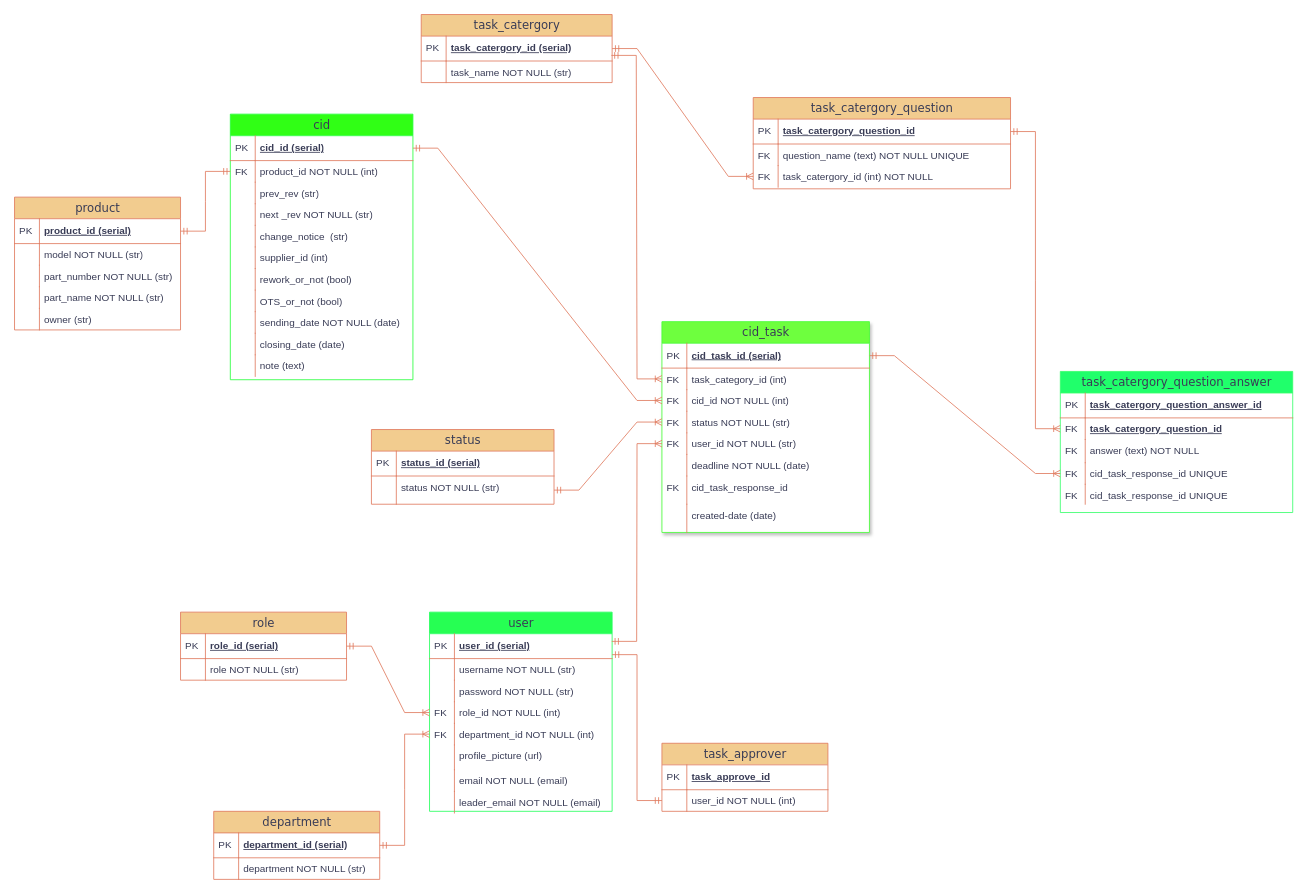
This is Untitled Diagram.drawio from HieuBuiCong/ResumeHieuBC, a draw.io file, before an edit. Source tidied: cells renumbered, new cells numbered last; positions are measured from the earlier drawing's top-left corner, leaving out a move shared by most shapes. Both pictures are drawn from the tidied source at 83%, with x=0, y=0 at pixel (14, -110).
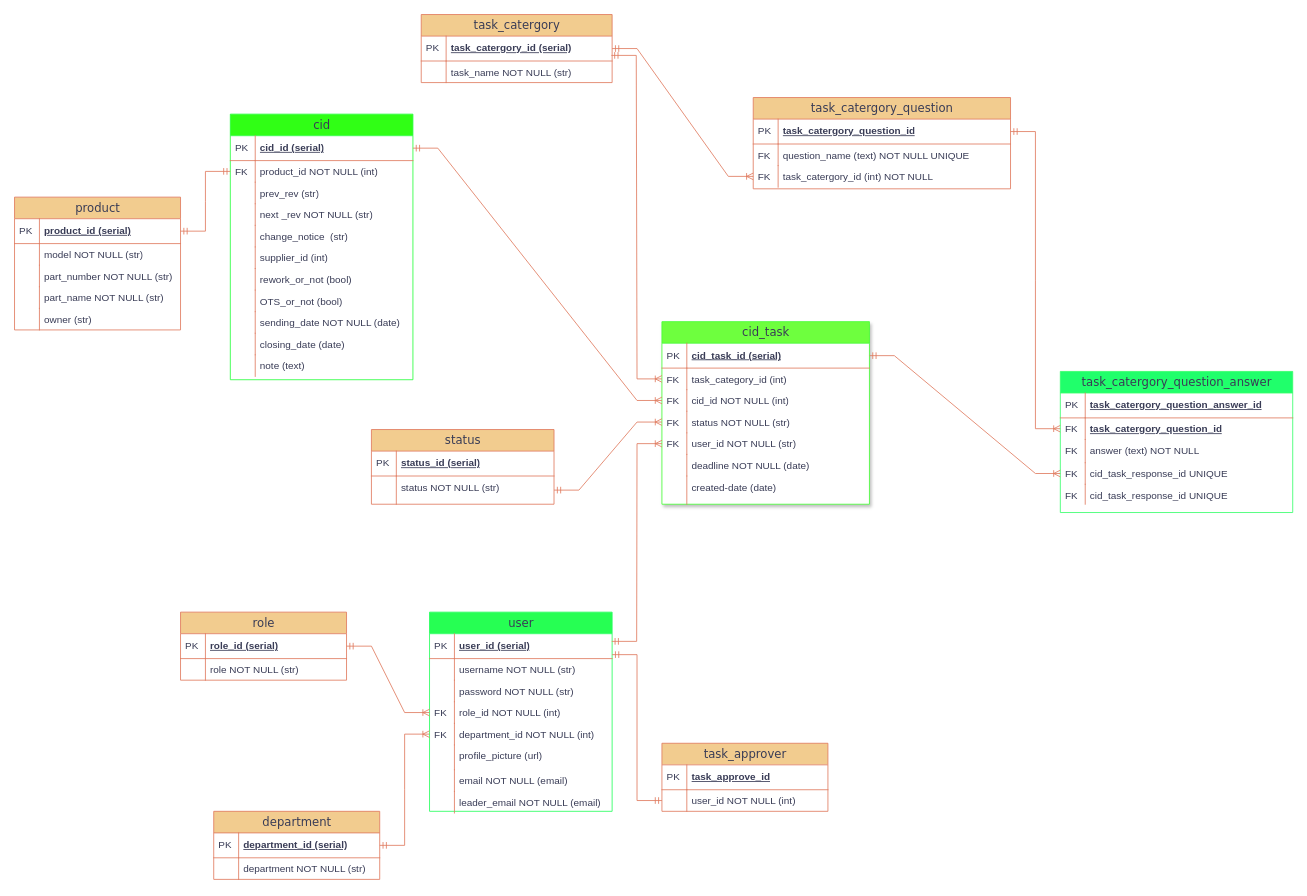
The same diagram, later.

Diff of the diagram source:
```diff
@@
     <mxCell id="66" value="cid_task" style="swimlane;html=1;fontStyle=0;horizontal=1;startSize=26;fillColor=#6EFF3E;swimlaneFillColor=#ffffff;align=center;rounded=0;shadow=1;comic=0;labelBackgroundColor=none;strokeWidth=1;fontFamily=Verdana;fontSize=14;strokeColor=#46FF34;fontColor=#393C56;" parent="1" vertex="1">
-      <mxGeometry x="780" y="520" width="250" height="254" as="geometry" />
+      <mxGeometry x="780" y="520" width="250" height="220" as="geometry" />
     </mxCell>
@@
-    <mxCell id="79" value="cid_task_response_id" style="shape=partialRectangle;top=0;left=0;right=0;bottom=0;html=1;align=left;verticalAlign=top;fillColor=none;spacingLeft=34;spacingRight=4;whiteSpace=wrap;overflow=hidden;labelBackgroundColor=none;strokeColor=#E07A5F;fontColor=#393C56;" parent="66" vertex="1">
-      <mxGeometry y="186" width="250" height="34" as="geometry" />
-    </mxCell>
-    <mxCell id="80" value="FK" style="shape=partialRectangle;top=0;left=0;bottom=0;html=1;fillColor=none;align=left;verticalAlign=top;spacingLeft=4;spacingRight=4;whiteSpace=wrap;overflow=hidden;labelBackgroundColor=none;strokeColor=#E07A5F;fontColor=#393C56;" parent="79" vertex="1">
-      <mxGeometry width="30" height="34" as="geometry" />
-    </mxCell>
     <mxCell id="81" value="created-date (date)" style="shape=partialRectangle;top=0;left=0;right=0;bottom=0;html=1;align=left;verticalAlign=top;fillColor=none;spacingLeft=34;spacingRight=4;whiteSpace=wrap;overflow=hidden;labelBackgroundColor=none;strokeColor=#E07A5F;fontColor=#393C56;" parent="66" vertex="1">
-      <mxGeometry y="220" width="250" height="34" as="geometry" />
+      <mxGeometry y="186" width="250" height="34" as="geometry" />
     </mxCell>
```
